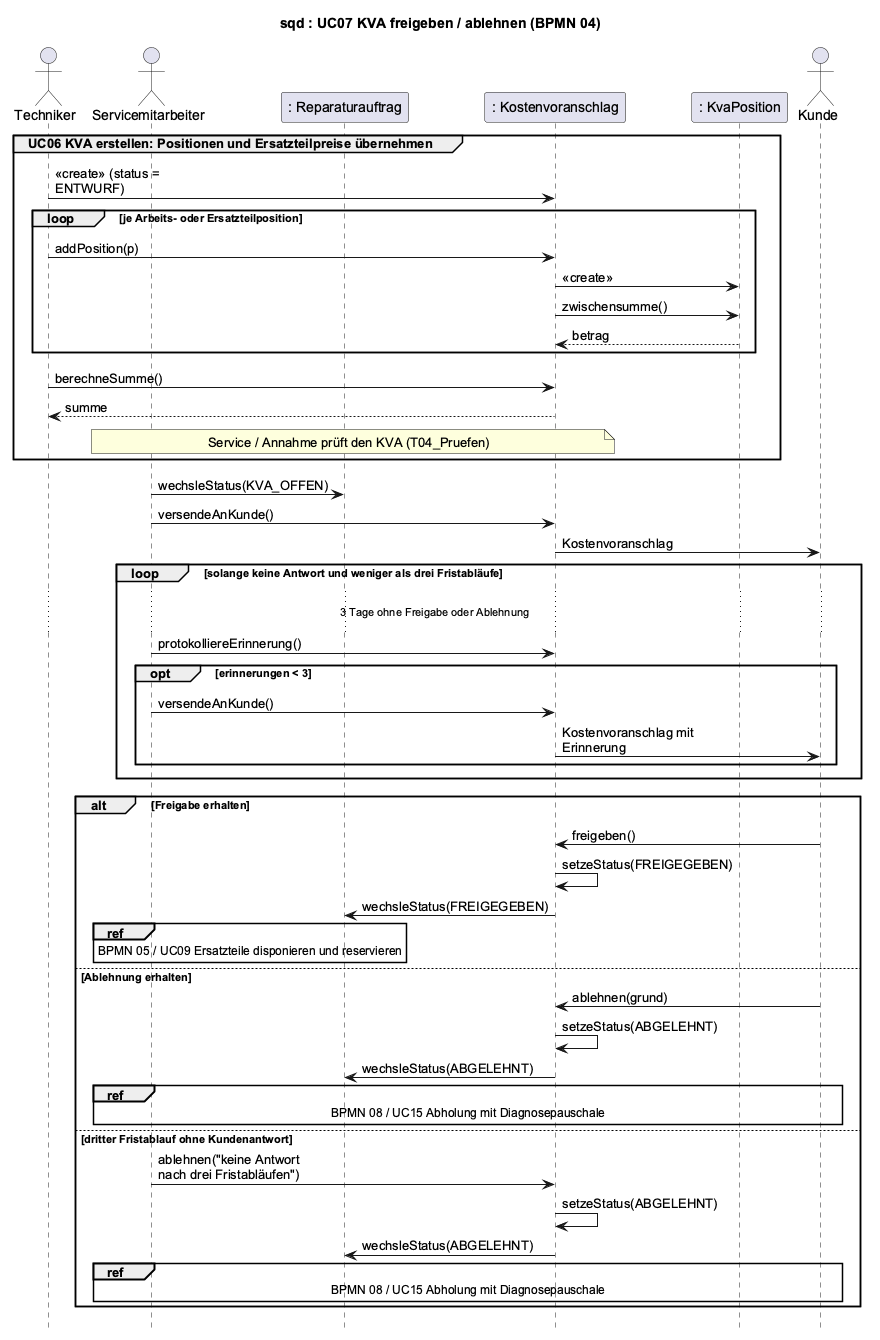
Above: 2_uml/entwurf-plantuml/sequenz-02-kva-freigabe.png in jakobschwan123-cmd/casestudy-semester-3 (PlantUML), before the change.
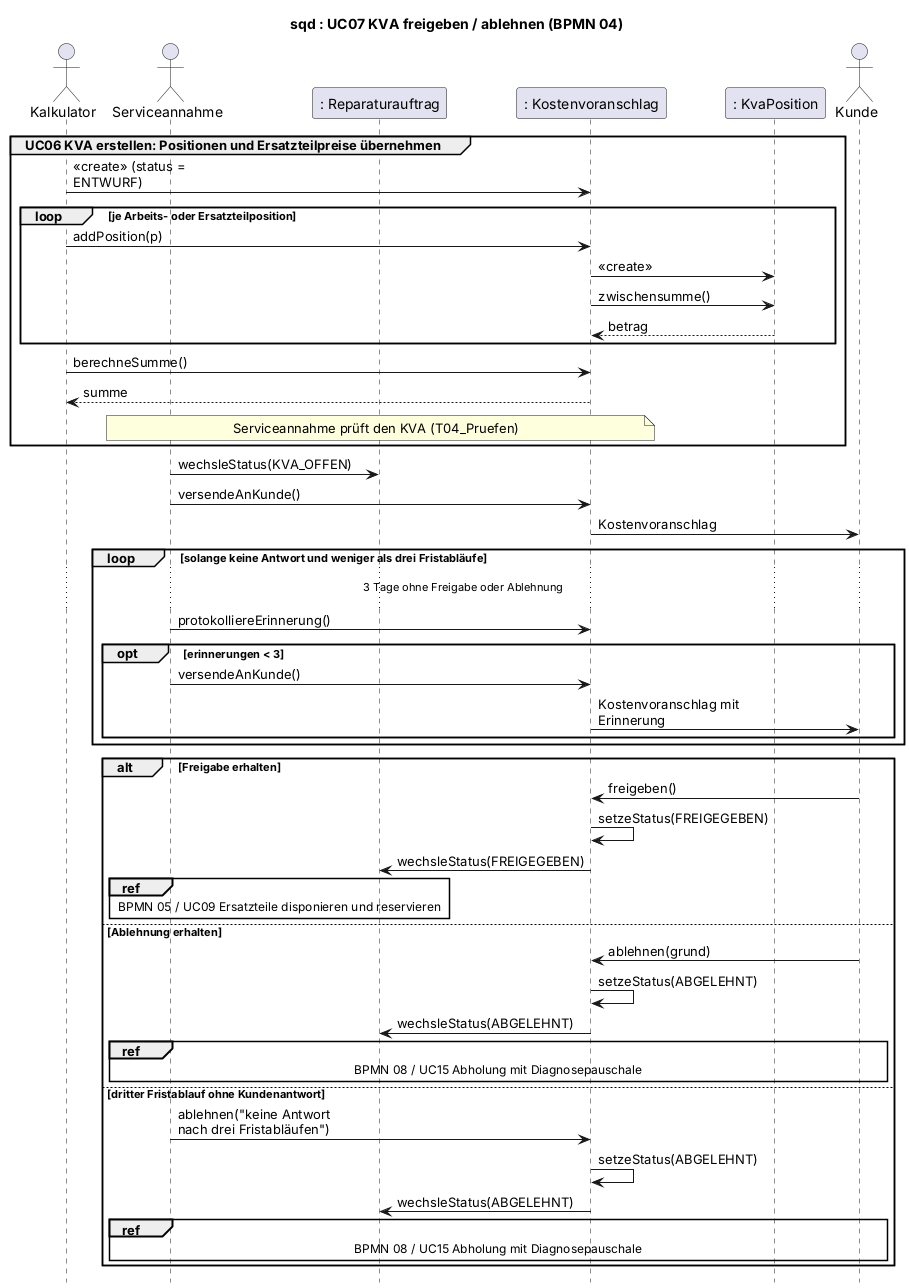
Above is the later version.

Change to the diagram source:
```diff
@@ -5,8 +5,8 @@
 skinparam maxMessageSize 160
 hide footbox
 
-actor Techniker
-actor Servicemitarbeiter as SM
+actor Kalkulator as Techniker
+actor Serviceannahme as SM
 participant ": Reparaturauftrag" as RA
 participant ": Kostenvoranschlag" as KVA
 participant ": KvaPosition" as POS
@@ -22,7 +22,7 @@
 end
 Techniker -> KVA : berechneSumme()
 KVA --> Techniker : summe
-note over SM, KVA : Service / Annahme prüft den KVA (T04_Pruefen)
+note over SM, KVA : Serviceannahme prüft den KVA (T04_Pruefen)
 end
 SM -> RA : wechsleStatus(KVA_OFFEN)
 SM -> KVA : versendeAnKunde()
```
